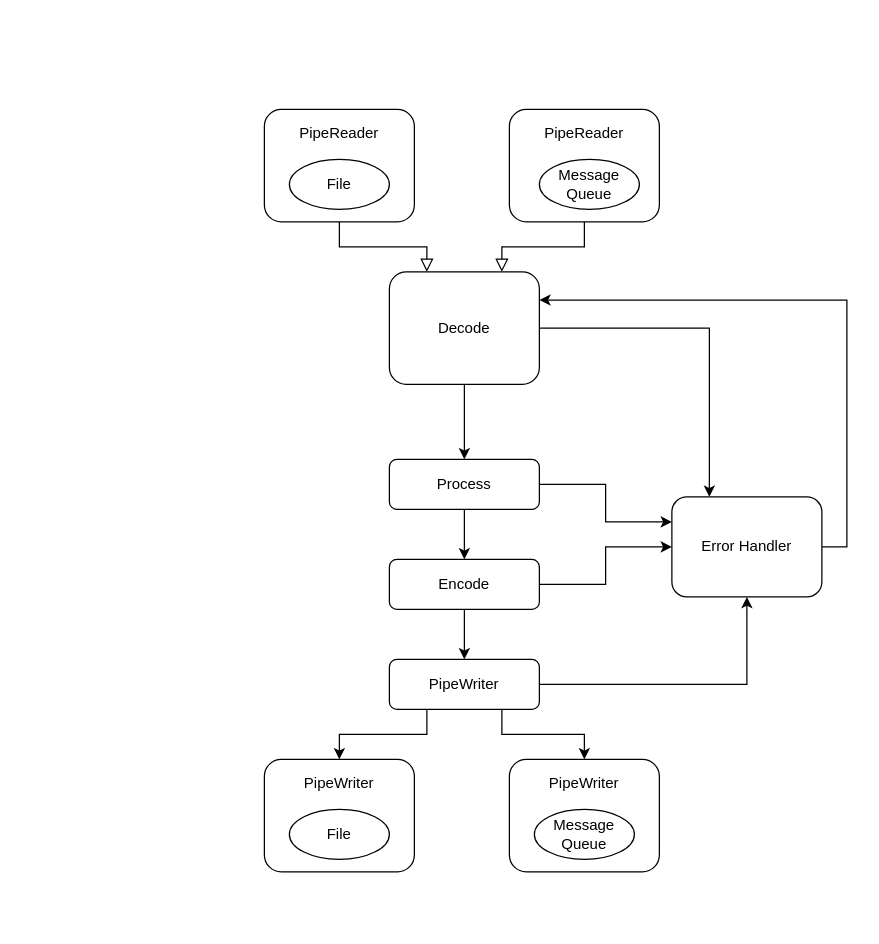
Above: pipeline.drawio in lobocv/pipeline (draw.io), before the change. Source tidied: cells renumbered, new cells numbered last; positions are measured from the earlier drawing's top-left corner, leaving out a move shared by most shapes. Both pictures are drawn from the tidied source at 125%, with x=0, y=0 at pixel (264, 109).
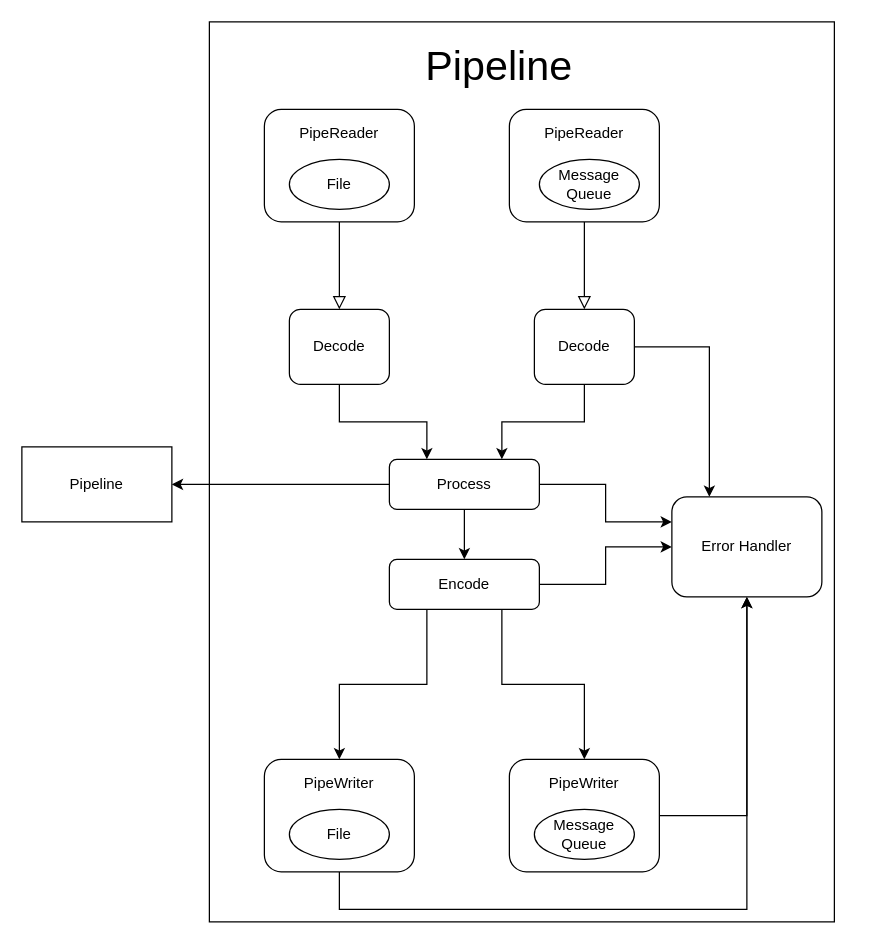
Above is the later version.

The change refers to these unchanged cells:
```xml
<mxCell id="3" value="&lt;p style=&quot;line-height: 120%&quot;&gt;PipeReader&lt;/p&gt;&lt;p style=&quot;line-height: 120%&quot;&gt;&lt;br&gt;&lt;/p&gt;&lt;p style=&quot;line-height: 120%&quot;&gt;&lt;br&gt;&lt;/p&gt;" style="rounded=1;whiteSpace=wrap;html=1;fontSize=12;glass=0;strokeWidth=1;shadow=0;" parent="1" vertex="1">
  <mxGeometry width="120" height="90" as="geometry" />
</mxCell>
<mxCell id="5" value="Process" style="rounded=1;whiteSpace=wrap;html=1;fontSize=12;glass=0;strokeWidth=1;shadow=0;" parent="1" vertex="1">
  <mxGeometry x="100" y="280" width="120" height="40" as="geometry" />
</mxCell>
<mxCell id="9" value="Encode" style="rounded=1;whiteSpace=wrap;html=1;fontSize=12;glass=0;strokeWidth=1;shadow=0;" parent="1" vertex="1">
  <mxGeometry x="100" y="360" width="120" height="40" as="geometry" />
</mxCell>
<mxCell id="16" value="&lt;p style=&quot;line-height: 120%&quot;&gt;PipeReader&lt;/p&gt;&lt;p style=&quot;line-height: 120%&quot;&gt;&lt;br&gt;&lt;/p&gt;&lt;p style=&quot;line-height: 120%&quot;&gt;&lt;br&gt;&lt;/p&gt;" style="rounded=1;whiteSpace=wrap;html=1;fontSize=12;glass=0;strokeWidth=1;shadow=0;" parent="1" vertex="1">
  <mxGeometry x="196" width="120" height="90" as="geometry" />
</mxCell>
<mxCell id="21" value="&lt;p style=&quot;line-height: 120%&quot;&gt;PipeWriter&lt;/p&gt;&lt;p style=&quot;line-height: 120%&quot;&gt;&lt;br&gt;&lt;/p&gt;&lt;p style=&quot;line-height: 120%&quot;&gt;&lt;br&gt;&lt;/p&gt;" style="rounded=1;whiteSpace=wrap;html=1;fontSize=12;glass=0;strokeWidth=1;shadow=0;" parent="1" vertex="1">
  <mxGeometry y="520" width="120" height="90" as="geometry" />
</mxCell>
<mxCell id="23" value="&lt;p style=&quot;line-height: 120%&quot;&gt;PipeWriter&lt;/p&gt;&lt;p style=&quot;line-height: 120%&quot;&gt;&lt;br&gt;&lt;/p&gt;&lt;p style=&quot;line-height: 120%&quot;&gt;&lt;br&gt;&lt;/p&gt;" style="rounded=1;whiteSpace=wrap;html=1;fontSize=12;glass=0;strokeWidth=1;shadow=0;" parent="1" vertex="1">
  <mxGeometry x="196" y="520" width="120" height="90" as="geometry" />
</mxCell>
<mxCell id="26" value="Error Handler" style="rounded=1;whiteSpace=wrap;html=1;fontSize=12;glass=0;strokeWidth=1;shadow=0;" parent="1" vertex="1">
  <mxGeometry x="326" y="310" width="120" height="80" as="geometry" />
</mxCell>
```

What changed in the source:
```diff
@@
-    <mxCell id="2" style="rounded=0;html=1;jettySize=auto;fontSize=11;endArrow=block;endFill=0;endSize=8;strokeWidth=1;shadow=0;labelBackgroundColor=none;edgeStyle=orthogonalEdgeStyle;entryX=0.25;entryY=0;entryDx=0;entryDy=0;" parent="1" edge="1" source="3" target="7">
+    <mxCell id="2" style="rounded=0;html=1;jettySize=auto;fontSize=11;endArrow=block;endFill=0;endSize=8;strokeWidth=1;shadow=0;labelBackgroundColor=none;edgeStyle=orthogonalEdgeStyle;" parent="1" edge="1" source="3" target="30">
       <mxGeometry relative="1" as="geometry" />
     </mxCell>
@@
+    <mxCell id="27" style="edgeStyle=orthogonalEdgeStyle;rounded=0;jettySize=auto;html=1;exitX=0;exitY=0.5;exitDx=0;exitDy=0;" parent="1" edge="1" source="5" target="31">
+      <mxGeometry relative="1" as="geometry" />
+    </mxCell>
@@
+    <mxCell id="18" style="edgeStyle=orthogonalEdgeStyle;rounded=0;jettySize=auto;html=1;exitX=0.5;exitY=1;exitDx=0;exitDy=0;entryX=0.75;entryY=0;entryDx=0;entryDy=0;" parent="1" edge="1" source="7" target="5">
+      <mxGeometry relative="1" as="geometry" />
+    </mxCell>
     <mxCell id="7" value="Decode" style="rounded=1;whiteSpace=wrap;html=1;fontSize=12;glass=0;strokeWidth=1;shadow=0;" parent="1" vertex="1">
-      <mxGeometry x="100" y="130" width="120" height="90" as="geometry" />
+      <mxGeometry x="216" y="160" width="80" height="60" as="geometry" />
     </mxCell>
@@
-    <mxCell id="10" style="edgeStyle=orthogonalEdgeStyle;rounded=0;jettySize=auto;html=1;entryX=0.5;entryY=0;entryDx=0;entryDy=0;exitX=0.25;exitY=1;exitDx=0;exitDy=0;" parent="1" edge="1" source="13" target="21">
+    <mxCell id="10" style="edgeStyle=orthogonalEdgeStyle;rounded=0;jettySize=auto;html=1;entryX=0.5;entryY=0;entryDx=0;entryDy=0;exitX=0.25;exitY=1;exitDx=0;exitDy=0;" parent="1" edge="1" source="9" target="21">
       <mxGeometry relative="1" as="geometry" />
     </mxCell>
-    <mxCell id="11" style="edgeStyle=orthogonalEdgeStyle;rounded=0;jettySize=auto;html=1;exitX=0.75;exitY=1;exitDx=0;exitDy=0;entryX=0.5;entryY=0;entryDx=0;entryDy=0;" parent="1" edge="1" source="13" target="23">
+    <mxCell id="11" style="edgeStyle=orthogonalEdgeStyle;rounded=0;jettySize=auto;html=1;exitX=0.75;exitY=1;exitDx=0;exitDy=0;entryX=0.5;entryY=0;entryDx=0;entryDy=0;" parent="1" edge="1" source="9" target="23">
       <mxGeometry relative="1" as="geometry" />
     </mxCell>
-    <mxCell id="12" style="edgeStyle=orthogonalEdgeStyle;rounded=0;jettySize=auto;html=1;exitX=1;exitY=0.5;exitDx=0;exitDy=0;entryX=0.5;entryY=1;entryDx=0;entryDy=0;" parent="1" edge="1" source="13" target="26">
+    <mxCell id="12" style="edgeStyle=orthogonalEdgeStyle;rounded=0;jettySize=auto;html=1;exitX=1;exitY=0.5;exitDx=0;exitDy=0;entryX=0.5;entryY=1;entryDx=0;entryDy=0;" parent="1" edge="1" source="23" target="26">
       <mxGeometry relative="1" as="geometry" />
     </mxCell>
-    <mxCell id="13" value="PipeWriter" style="rounded=1;whiteSpace=wrap;html=1;fontSize=12;glass=0;strokeWidth=1;shadow=0;" parent="1" vertex="1">
-      <mxGeometry x="100" y="440" width="120" height="40" as="geometry" />
-    </mxCell>
@@
-    <mxCell id="15" style="rounded=0;html=1;jettySize=auto;fontSize=11;endArrow=block;endFill=0;endSize=8;strokeWidth=1;shadow=0;labelBackgroundColor=none;edgeStyle=orthogonalEdgeStyle;entryX=0.75;entryY=0;entryDx=0;entryDy=0;" parent="1" edge="1" source="16" target="7">
+    <mxCell id="15" style="rounded=0;html=1;jettySize=auto;fontSize=11;endArrow=block;endFill=0;endSize=8;strokeWidth=1;shadow=0;labelBackgroundColor=none;edgeStyle=orthogonalEdgeStyle;entryX=0.5;entryY=0;entryDx=0;entryDy=0;" parent="1" edge="1" source="16" target="7">
       <mxGeometry relative="1" as="geometry" />
     </mxCell>
@@
-    <mxCell id="18" style="endArrow=classic;html=1;exitX=0.5;exitY=1;exitDx=0;exitDy=0;entryX=0.5;entryY=0;entryDx=0;entryDy=0;" parent="1" edge="1" source="7" target="5">
-      <mxGeometry relative="1" as="geometry" />
-    </mxCell>
@@
-    <mxCell id="20" style="endArrow=classic;html=1;exitX=0.5;exitY=1;exitDx=0;exitDy=0;entryX=0.5;entryY=0;entryDx=0;entryDy=0;" parent="1" edge="1" source="9" target="13">
-      <mxGeometry relative="1" as="geometry" />
-    </mxCell>
+    <mxCell id="28" style="edgeStyle=orthogonalEdgeStyle;rounded=0;jettySize=auto;html=1;exitX=0.5;exitY=1;exitDx=0;exitDy=0;" parent="1" edge="1" source="21">
+      <mxGeometry relative="1" as="geometry">
+        <mxPoint x="386" y="390" as="targetPoint" />
+        <Array as="points">
+          <mxPoint x="60" y="640" />
+          <mxPoint x="386" y="640" />
+        </Array>
+      </mxGeometry>
+    </mxCell>
@@
-    <mxCell id="25" style="edgeStyle=orthogonalEdgeStyle;rounded=0;jettySize=auto;html=1;exitX=1;exitY=0.5;exitDx=0;exitDy=0;entryX=1;entryY=0.25;entryDx=0;entryDy=0;" parent="1" edge="1" source="26" target="7">
-      <mxGeometry relative="1" as="geometry" />
-    </mxCell>
@@
+    <mxCell id="29" style="edgeStyle=orthogonalEdgeStyle;rounded=0;jettySize=auto;html=1;exitX=0.5;exitY=1;exitDx=0;exitDy=0;entryX=0.25;entryY=0;entryDx=0;entryDy=0;" parent="1" edge="1" source="30" target="5">
+      <mxGeometry relative="1" as="geometry" />
+    </mxCell>
+    <mxCell id="30" value="Decode" style="rounded=1;whiteSpace=wrap;html=1;fontSize=12;glass=0;strokeWidth=1;shadow=0;" parent="1" vertex="1">
+      <mxGeometry x="20" y="160" width="80" height="60" as="geometry" />
+    </mxCell>
+    <mxCell id="31" value="Pipeline" style="rounded=0;whiteSpace=wrap;html=1;" parent="1" vertex="1">
+      <mxGeometry x="-194" y="270" width="120" height="60" as="geometry" />
+    </mxCell>
+    <mxCell id="32" style="rounded=0;whiteSpace=wrap;html=1;fillColor=none;" parent="1" vertex="1">
+      <mxGeometry x="-44" y="-70" width="500" height="720" as="geometry" />
+    </mxCell>
+    <mxCell id="33" value="&lt;font style=&quot;font-size: 33px&quot;&gt;Pipeline&lt;/font&gt;" style="text;html=1;strokeColor=none;fillColor=none;align=center;verticalAlign=middle;whiteSpace=wrap;rounded=0;" parent="1" vertex="1">
+      <mxGeometry x="120" y="-50" width="136" height="30" as="geometry" />
+    </mxCell>
```
